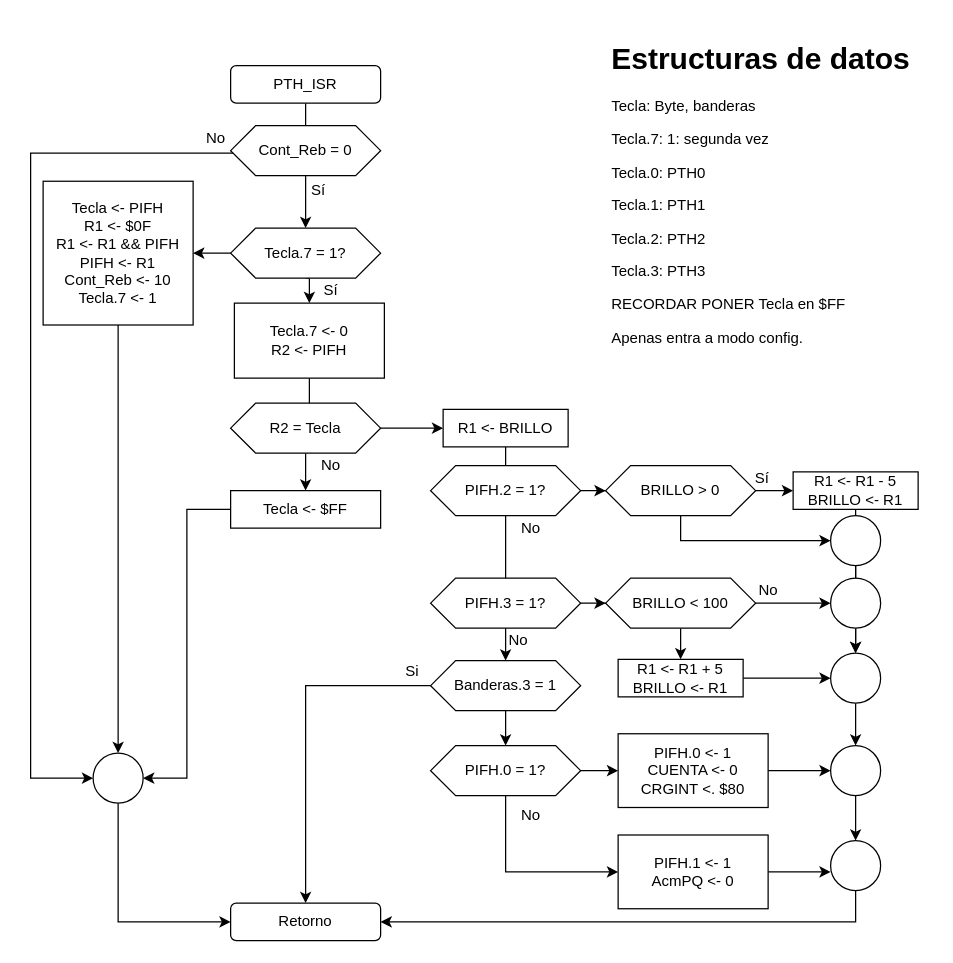
Earlier version of the draw.io diagram Tarea 5/PTH_ISR.drawio (robz25/Microprocesadores). Source tidied: cells renumbered, new cells numbered last; positions are measured from the earlier drawing's top-left corner, leaving out a move shared by most shapes. Both pictures are drawn from the tidied source at 125%, with x=0, y=0 at pixel (30, 34).
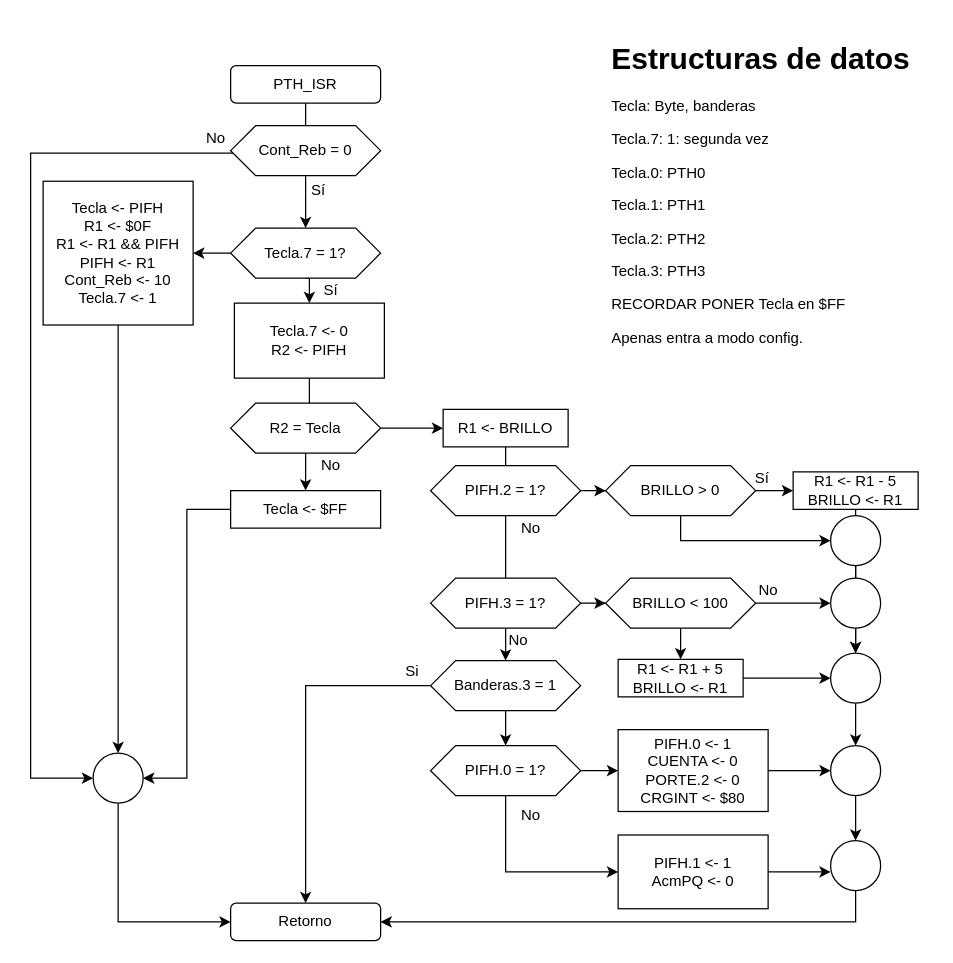
The same page after the edit.

What changed in the source:
```diff
@@
-    <mxCell id="15" value="&lt;div&gt;PIFH.0 &amp;lt;- 1&lt;/div&gt;&lt;div&gt;CUENTA &amp;lt;- 0&lt;/div&gt;&lt;div&gt;CRGINT &amp;lt;. $80&lt;br&gt;&lt;/div&gt;" style="rounded=0;whiteSpace=wrap;html=1;" parent="1" vertex="1">
-      <mxGeometry x="470" y="559.5" width="120" height="59" as="geometry" />
+    <mxCell id="15" value="&lt;div&gt;PIFH.0 &amp;lt;- 1&lt;/div&gt;&lt;div&gt;CUENTA &amp;lt;- 0&lt;/div&gt;&lt;div&gt;PORTE.2 &amp;lt;- 0&lt;br&gt;&lt;/div&gt;&lt;div&gt;CRGINT &amp;lt;- $80&lt;br&gt;&lt;/div&gt;" style="rounded=0;whiteSpace=wrap;html=1;" parent="1" vertex="1">
+      <mxGeometry x="470" y="556.2" width="120" height="65.5" as="geometry" />
     </mxCell>
```
